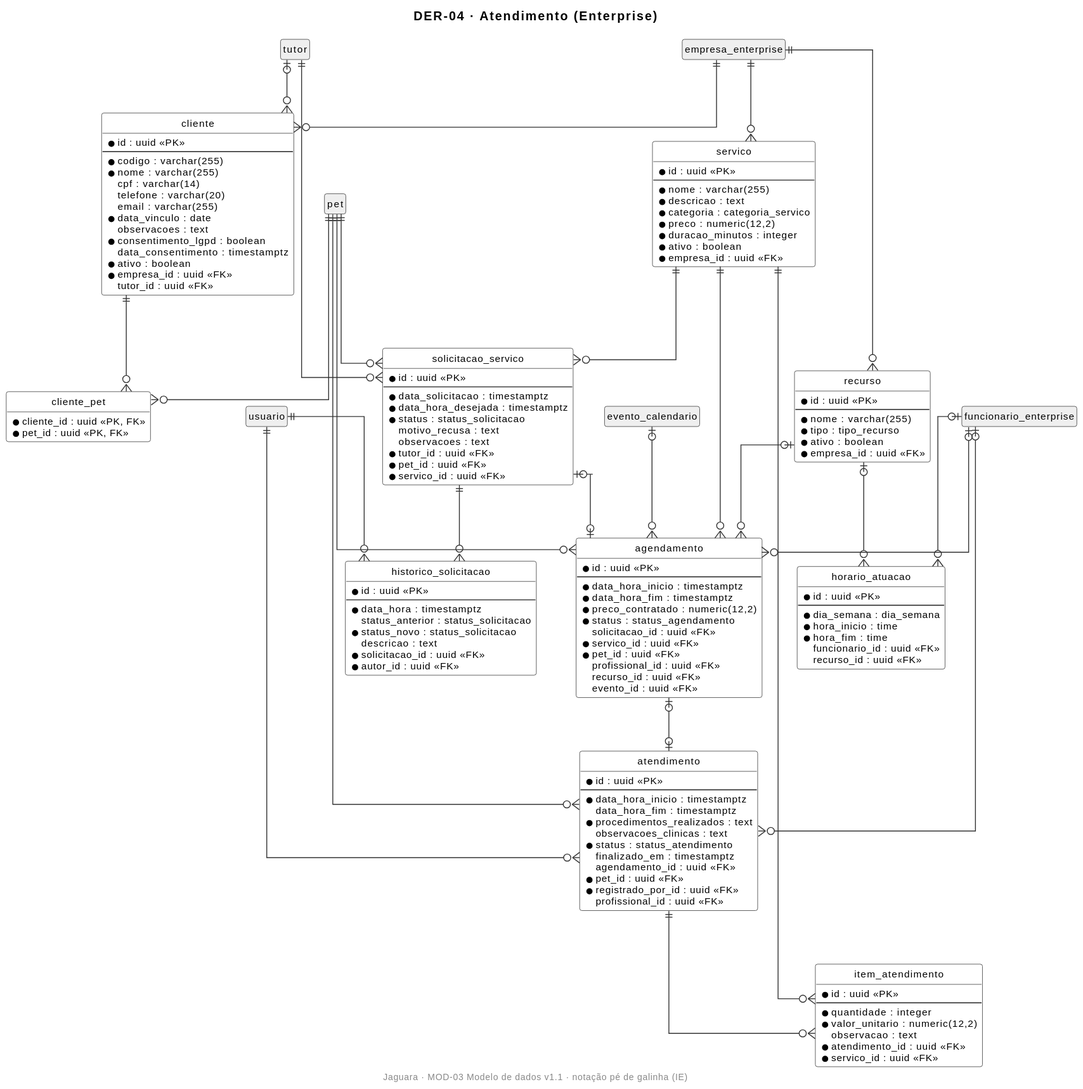
This is docs/04-modelagem/modelo-de-dados/img/DER-04-atendimento.svg from JaguaraPet/Jaguara_doc, a PlantUML export, as it was before one commit. Source of this version:
```plantuml
@startuml
!include _estilo.iuml
title DER-04 · Atendimento (Enterprise)

entity "usuario" as Usuario #EFEFEF
entity "tutor" as Tutor #EFEFEF
entity "pet" as Pet #EFEFEF
entity "funcionario_enterprise" as FuncionarioEnterprise #EFEFEF
entity "evento_calendario" as EventoCalendario #EFEFEF
entity "empresa_enterprise" as EmpresaEnterprise #EFEFEF
entity "cliente" as Cliente {
  * id : uuid <<PK>>
  --
  * codigo : varchar(255)
  * nome : varchar(255)
    cpf : varchar(14)
    telefone : varchar(20)
    email : varchar(255)
  * data_vinculo : date
    observacoes : text
  * consentimento_lgpd : boolean
    data_consentimento : timestamptz
  * ativo : boolean
  * empresa_id : uuid <<FK>>
    tutor_id : uuid <<FK>>
}
entity "cliente_pet" as ClientePet {
  * cliente_id : uuid <<PK, FK>>
  * pet_id : uuid <<PK, FK>>
}
entity "servico" as Servico {
  * id : uuid <<PK>>
  --
  * nome : varchar(255)
  * descricao : text
  * categoria : categoria_servico
  * preco : numeric(12,2)
  * duracao_minutos : integer
  * ativo : boolean
  * empresa_id : uuid <<FK>>
}
entity "recurso" as Recurso {
  * id : uuid <<PK>>
  --
  * nome : varchar(255)
  * tipo : tipo_recurso
  * ativo : boolean
  * empresa_id : uuid <<FK>>
}
entity "horario_atuacao" as HorarioAtuacao {
  * id : uuid <<PK>>
  --
  * dia_semana : dia_semana
  * hora_inicio : time
  * hora_fim : time
    funcionario_id : uuid <<FK>>
    recurso_id : uuid <<FK>>
}
entity "solicitacao_servico" as SolicitacaoServico {
  * id : uuid <<PK>>
  --
  * data_solicitacao : timestamptz
  * data_hora_desejada : timestamptz
  * status : status_solicitacao
    motivo_recusa : text
    observacoes : text
  * tutor_id : uuid <<FK>>
  * pet_id : uuid <<FK>>
  * servico_id : uuid <<FK>>
}
entity "historico_solicitacao" as HistoricoSolicitacao {
  * id : uuid <<PK>>
  --
  * data_hora : timestamptz
    status_anterior : status_solicitacao
  * status_novo : status_solicitacao
    descricao : text
  * solicitacao_id : uuid <<FK>>
  * autor_id : uuid <<FK>>
}
entity "agendamento" as Agendamento {
  * id : uuid <<PK>>
  --
  * data_hora_inicio : timestamptz
  * data_hora_fim : timestamptz
  * preco_contratado : numeric(12,2)
  * status : status_agendamento
    solicitacao_id : uuid <<FK>>
  * servico_id : uuid <<FK>>
  * pet_id : uuid <<FK>>
    profissional_id : uuid <<FK>>
    recurso_id : uuid <<FK>>
    evento_id : uuid <<FK>>
}
entity "atendimento" as Atendimento {
  * id : uuid <<PK>>
  --
  * data_hora_inicio : timestamptz
    data_hora_fim : timestamptz
  * procedimentos_realizados : text
    observacoes_clinicas : text
  * status : status_atendimento
    finalizado_em : timestamptz
    agendamento_id : uuid <<FK>>
  * pet_id : uuid <<FK>>
  * registrado_por_id : uuid <<FK>>
    profissional_id : uuid <<FK>>
}
entity "item_atendimento" as ItemAtendimento {
  * id : uuid <<PK>>
  --
  * quantidade : integer
  * valor_unitario : numeric(12,2)
    observacao : text
  * atendimento_id : uuid <<FK>>
  * servico_id : uuid <<FK>>
}
EmpresaEnterprise ||--o{ Cliente
Tutor |o--o{ Cliente
Cliente ||--o{ ClientePet
Pet ||--o{ ClientePet
EmpresaEnterprise ||--o{ Servico
EmpresaEnterprise ||--o{ Recurso
FuncionarioEnterprise |o--o{ HorarioAtuacao
Recurso |o--o{ HorarioAtuacao
Tutor ||--o{ SolicitacaoServico
Pet ||--o{ SolicitacaoServico
Servico ||--o{ SolicitacaoServico
SolicitacaoServico ||--o{ HistoricoSolicitacao
Usuario ||--o{ HistoricoSolicitacao
SolicitacaoServico |o--o| Agendamento
Servico ||--o{ Agendamento
Pet ||--o{ Agendamento
FuncionarioEnterprise |o--o{ Agendamento
Recurso |o--o{ Agendamento
EventoCalendario |o--o{ Agendamento
Agendamento |o--o| Atendimento
Pet ||--o{ Atendimento
Usuario ||--o{ Atendimento
FuncionarioEnterprise |o--o{ Atendimento
Atendimento ||--o{ ItemAtendimento
Servico ||--o{ ItemAtendimento
@enduml
```
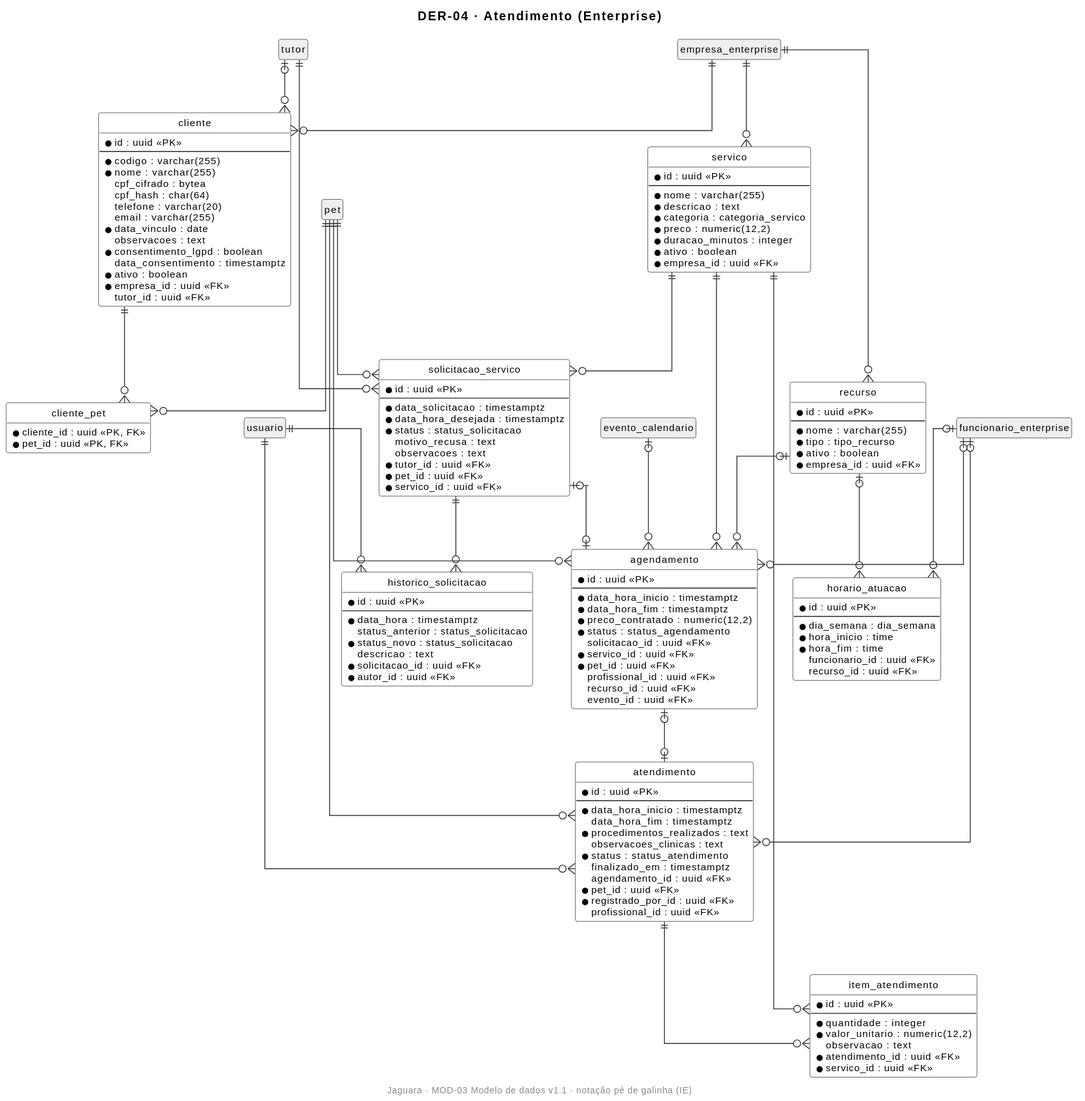
After the change.

Commit message:
docs(arquitetura): completa LGPD e seguranca de dados de pessoas e pets (#3)

The edit, as a diff of the source:
```diff
@@ -1,5 +1,18 @@
 @startuml
-!include _estilo.iuml
+skinparam defaultFontName Arial
+skinparam defaultFontSize 11
+skinparam shadowing false
+skinparam backgroundColor white
+skinparam linetype ortho
+skinparam class {
+  BackgroundColor white
+  BorderColor #222222
+  ArrowColor #333333
+}
+hide circle
+hide empty members
+footer Jaguara · MOD-03 Modelo de dados v1.1 · notação pé de galinha (IE)
+
 title DER-04 · Atendimento (Enterprise)
 
 entity "usuario" as Usuario #EFEFEF
@@ -13,7 +26,8 @@
   --
   * codigo : varchar(255)
   * nome : varchar(255)
-    cpf : varchar(14)
+    cpf_cifrado : bytea
+    cpf_hash : char(64)
     telefone : varchar(20)
     email : varchar(255)
   * data_vinculo : date
```
